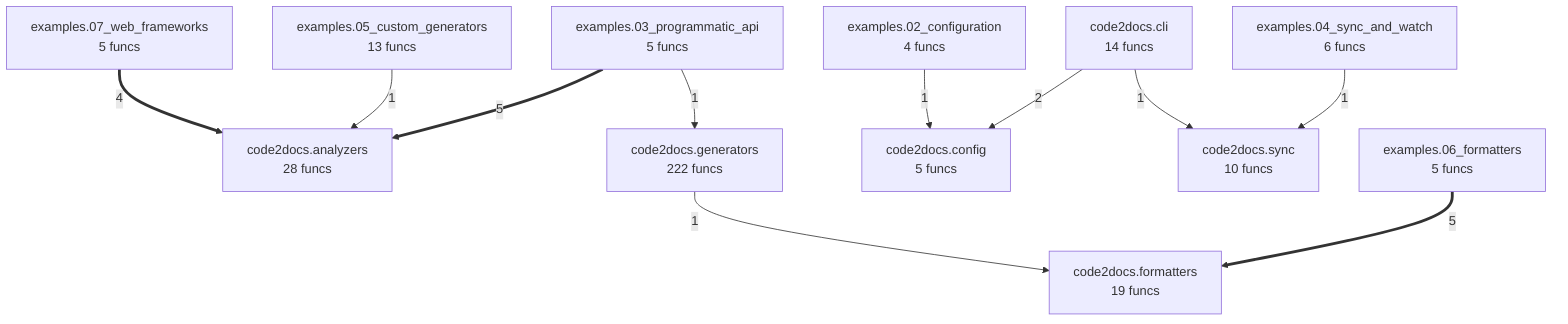
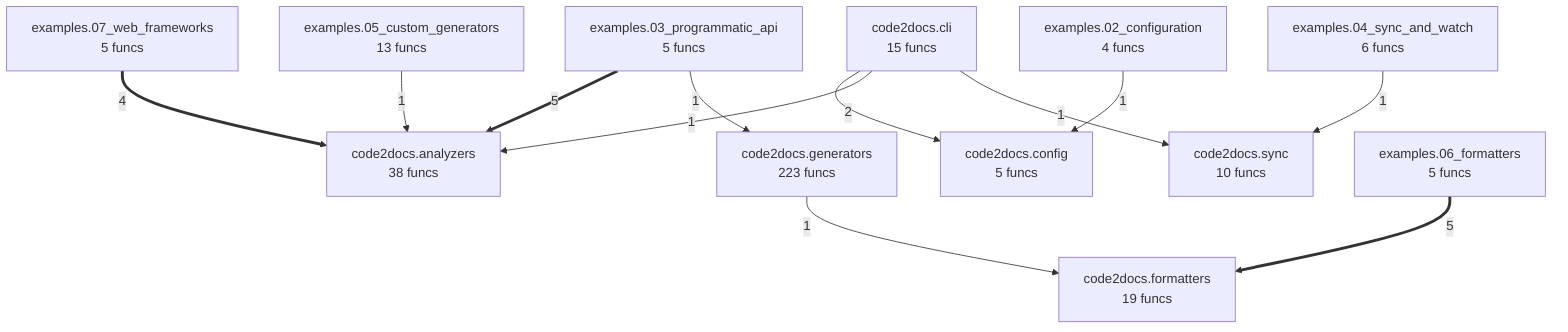
flowchart TD
-     code2docs__analyzers["code2docs.analyzers<br/>28 funcs"]
-     code2docs__cli["code2docs.cli<br/>14 funcs"]
+     code2docs__analyzers["code2docs.analyzers<br/>38 funcs"]
+     code2docs__cli["code2docs.cli<br/>15 funcs"]
    code2docs__config["code2docs.config<br/>5 funcs"]
    code2docs__formatters["code2docs.formatters<br/>19 funcs"]
-     code2docs__generators["code2docs.generators<br/>222 funcs"]
+     code2docs__generators["code2docs.generators<br/>223 funcs"]
    code2docs__sync["code2docs.sync<br/>10 funcs"]
    examples__02_configuration["examples.02_configuration<br/>4 funcs"]
    examples__03_programmatic_api["examples.03_programmatic_api<br/>5 funcs"]
    examples__04_sync_and_watch["examples.04_sync_and_watch<br/>6 funcs"]
    examples__05_custom_generators["examples.05_custom_generators<br/>13 funcs"]
    examples__06_formatters["examples.06_formatters<br/>5 funcs"]
    examples__07_web_frameworks["examples.07_web_frameworks<br/>5 funcs"]
+     examples__03_programmatic_api ==>|5| code2docs__analyzers
    examples__06_formatters ==>|5| code2docs__formatters
-     examples__03_programmatic_api ==>|5| code2docs__analyzers
    examples__07_web_frameworks ==>|4| code2docs__analyzers
    code2docs__cli -->|2| code2docs__config
    examples__04_sync_and_watch -->|1| code2docs__sync
+     examples__03_programmatic_api -->|1| code2docs__generators
+     examples__02_configuration -->|1| code2docs__config
    examples__05_custom_generators -->|1| code2docs__analyzers
-     examples__02_configuration -->|1| code2docs__config
-     examples__03_programmatic_api -->|1| code2docs__generators
    code2docs__generators -->|1| code2docs__formatters
+     code2docs__cli -->|1| code2docs__analyzers
    code2docs__cli -->|1| code2docs__sync
